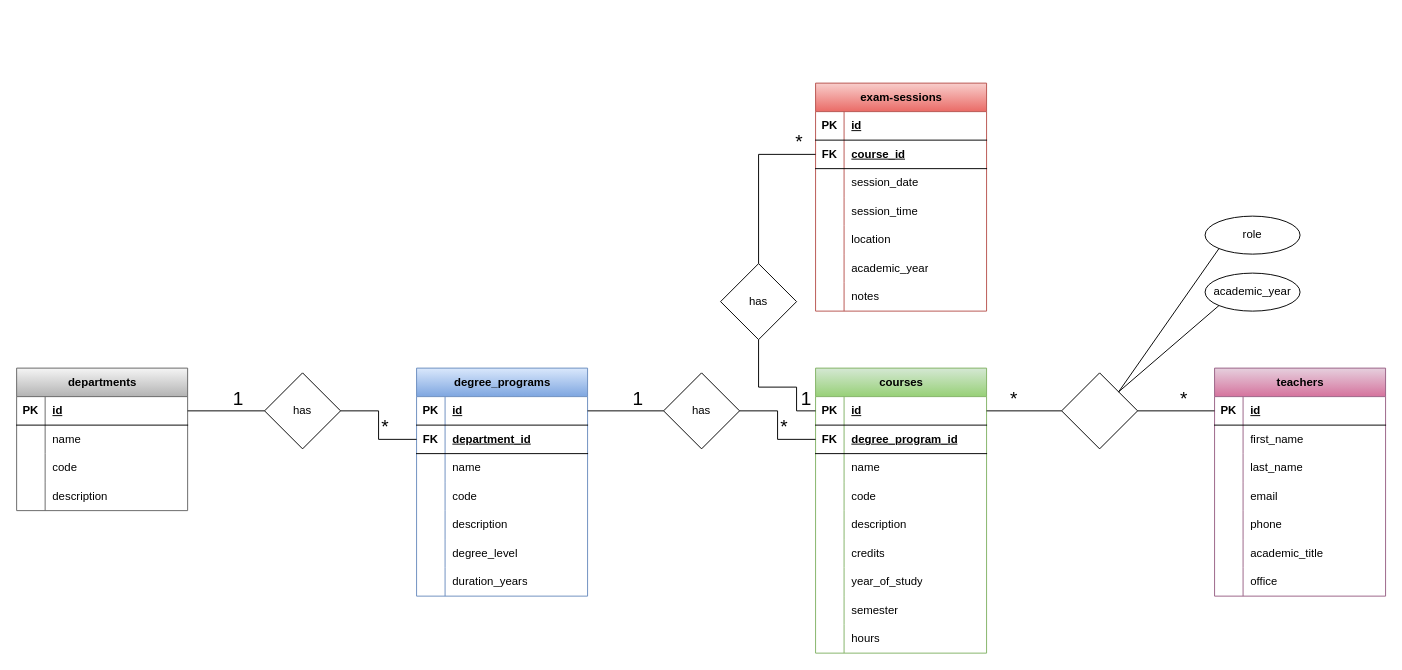
giovannimazzi/db-university keeps this draw.io diagram as db-university.drawio. Above is the earlier version. Source tidied: cells renumbered, new cells numbered last; positions are measured from the earlier drawing's top-left corner, leaving out a move shared by most shapes. Both pictures are drawn from the tidied source at 95%, with x=0, y=0 at pixel (16, 83).
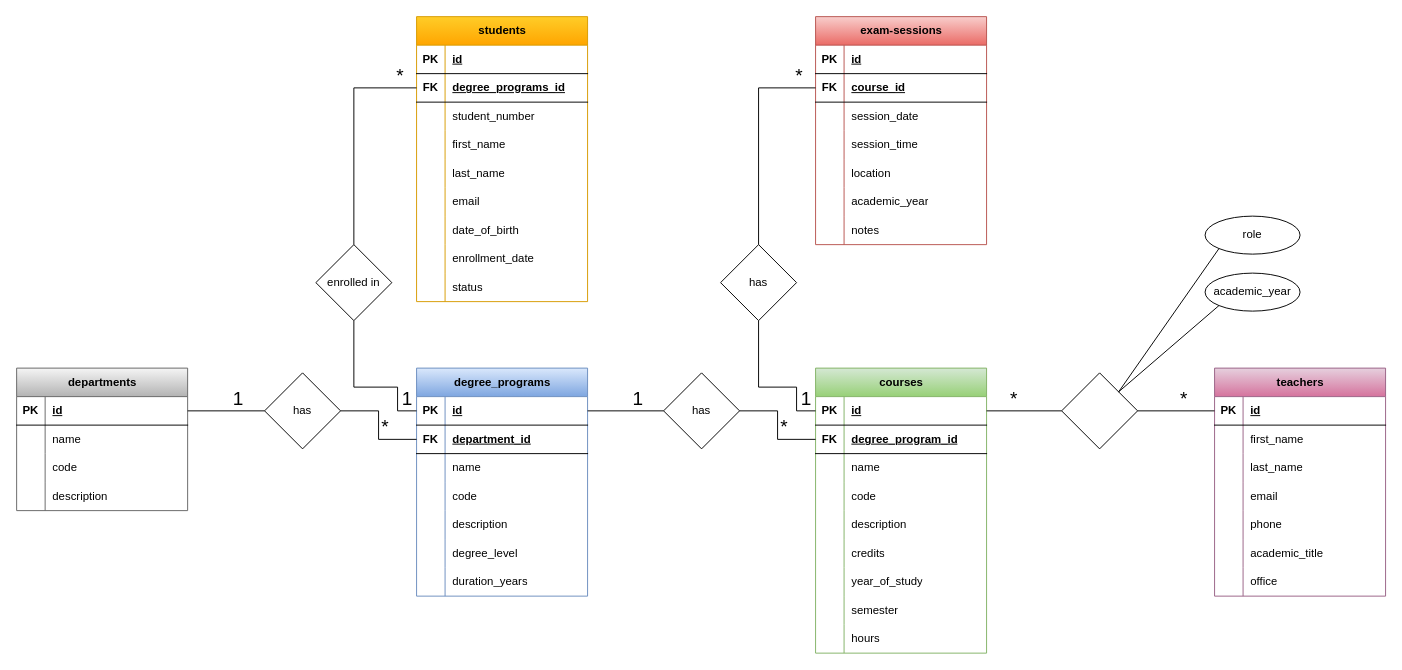
The same diagram, later.

The change refers to these unchanged cells:
```xml
<mxCell id="16" style="shape=tableRow;horizontal=0;startSize=0;swimlaneHead=0;swimlaneBody=0;fillColor=none;points=[[0,0.5],[1,0.5]];portConstraint=eastwest;top=0;left=0;right=0;bottom=1;" parent="15" vertex="1">
  <mxGeometry y="30" width="180" height="30" as="geometry" />
</mxCell>
<mxCell id="44" style="shape=tableRow;horizontal=0;startSize=0;swimlaneHead=0;swimlaneBody=0;fillColor=none;points=[[0,0.5],[1,0.5]];portConstraint=eastwest;top=0;left=0;right=0;bottom=1;" parent="43" vertex="1">
  <mxGeometry y="30" width="180" height="30" as="geometry" />
</mxCell>
<mxCell id="113" style="shape=tableRow;horizontal=0;startSize=0;swimlaneHead=0;swimlaneBody=0;fillColor=none;points=[[0,0.5],[1,0.5]];portConstraint=eastwest;top=0;left=0;right=0;bottom=1;" parent="109" vertex="1">
  <mxGeometry y="60" width="180" height="30" as="geometry" />
</mxCell>
<mxCell id="132" value="has" style="rhombus;whiteSpace=wrap;html=1;" parent="131" vertex="1">
  <mxGeometry width="80" height="80" as="geometry" />
</mxCell>
```

What changed in the source:
```diff
@@
     <mxCell id="109" value="exam-sessions" style="shape=table;startSize=30;childLayout=tableLayout;rowLines=0;fontStyle=1;align=center;html=1;fillColor=#f8cecc;strokeColor=#b85450;gradientColor=#ea6b66;" parent="1" vertex="1">
-      <mxGeometry x="841" width="180" height="240" as="geometry" />
+      <mxGeometry x="841" y="-70" width="180" height="240" as="geometry" />
     </mxCell>
@@
+    <mxCell id="137" value="students" style="shape=table;startSize=30;childLayout=tableLayout;rowLines=0;fontStyle=1;align=center;html=1;fillColor=#ffcd28;strokeColor=#d79b00;gradientColor=#ffa500;" parent="1" vertex="1">
+      <mxGeometry x="421" y="-70" width="180" height="300" as="geometry" />
+    </mxCell>
+    <mxCell id="138" style="shape=tableRow;horizontal=0;startSize=0;swimlaneHead=0;swimlaneBody=0;fillColor=none;top=0;left=0;right=0;bottom=1;" parent="137" vertex="1">
+      <mxGeometry y="30" width="180" height="30" as="geometry" />
+    </mxCell>
+    <mxCell id="139" value="PK" style="shape=partialRectangle;fillColor=none;top=0;left=0;bottom=0;right=0;fontStyle=1;overflow=hidden;whiteSpace=wrap;html=1;" parent="138" vertex="1">
+      <mxGeometry width="30" height="30" as="geometry" />
+    </mxCell>
+    <mxCell id="140" value="id" style="shape=partialRectangle;fillColor=none;top=0;left=0;bottom=0;right=0;align=left;spacingLeft=6;fontStyle=5;overflow=hidden;whiteSpace=wrap;html=1;" parent="138" vertex="1">
+      <mxGeometry x="30" width="150" height="30" as="geometry" />
+    </mxCell>
+    <mxCell id="141" style="shape=tableRow;horizontal=0;startSize=0;swimlaneHead=0;swimlaneBody=0;fillColor=none;points=[[0,0.5],[1,0.5]];portConstraint=eastwest;top=0;left=0;right=0;bottom=1;" parent="137" vertex="1">
+      <mxGeometry y="60" width="180" height="30" as="geometry" />
+    </mxCell>
+    <mxCell id="142" value="FK" style="shape=partialRectangle;fillColor=none;top=0;left=0;bottom=0;right=0;fontStyle=1;overflow=hidden;whiteSpace=wrap;html=1;" parent="141" vertex="1">
+      <mxGeometry width="30" height="30" as="geometry" />
+    </mxCell>
+    <mxCell id="143" value="degree_programs_id" style="shape=partialRectangle;fillColor=none;top=0;left=0;bottom=0;right=0;align=left;spacingLeft=6;fontStyle=5;overflow=hidden;whiteSpace=wrap;html=1;" parent="141" vertex="1">
+      <mxGeometry x="30" width="150" height="30" as="geometry" />
+    </mxCell>
+    <mxCell id="144" style="shape=tableRow;horizontal=0;startSize=0;swimlaneHead=0;swimlaneBody=0;fillColor=none;top=0;left=0;right=0;bottom=0;" parent="137" vertex="1">
+      <mxGeometry y="90" width="180" height="30" as="geometry" />
+    </mxCell>
+    <mxCell id="145" style="shape=partialRectangle;fillColor=none;top=0;left=0;bottom=0;right=0;overflow=hidden;whiteSpace=wrap;html=1;" parent="144" vertex="1">
+      <mxGeometry width="30" height="30" as="geometry" />
+    </mxCell>
+    <mxCell id="146" value="student_number" style="shape=partialRectangle;fillColor=none;top=0;left=0;bottom=0;right=0;align=left;spacingLeft=6;overflow=hidden;whiteSpace=wrap;html=1;" parent="144" vertex="1">
+      <mxGeometry x="30" width="150" height="30" as="geometry" />
+    </mxCell>
+    <mxCell id="147" style="shape=tableRow;horizontal=0;startSize=0;swimlaneHead=0;swimlaneBody=0;fillColor=none;top=0;left=0;right=0;bottom=0;" parent="137" vertex="1">
+      <mxGeometry y="120" width="180" height="30" as="geometry" />
+    </mxCell>
+    <mxCell id="148" style="shape=partialRectangle;fillColor=none;top=0;left=0;bottom=0;right=0;overflow=hidden;whiteSpace=wrap;html=1;" parent="147" vertex="1">
+      <mxGeometry width="30" height="30" as="geometry" />
+    </mxCell>
+    <mxCell id="149" value="first_name" style="shape=partialRectangle;fillColor=none;top=0;left=0;bottom=0;right=0;align=left;spacingLeft=6;overflow=hidden;whiteSpace=wrap;html=1;" parent="147" vertex="1">
+      <mxGeometry x="30" width="150" height="30" as="geometry" />
+    </mxCell>
+    <mxCell id="150" style="shape=tableRow;horizontal=0;startSize=0;swimlaneHead=0;swimlaneBody=0;fillColor=none;top=0;left=0;right=0;bottom=0;" parent="137" vertex="1">
+      <mxGeometry y="150" width="180" height="30" as="geometry" />
+    </mxCell>
+    <mxCell id="151" style="shape=partialRectangle;fillColor=none;top=0;left=0;bottom=0;right=0;overflow=hidden;whiteSpace=wrap;html=1;" parent="150" vertex="1">
+      <mxGeometry width="30" height="30" as="geometry" />
+    </mxCell>
+    <mxCell id="152" value="last_name" style="shape=partialRectangle;fillColor=none;top=0;left=0;bottom=0;right=0;align=left;spacingLeft=6;overflow=hidden;whiteSpace=wrap;html=1;" parent="150" vertex="1">
+      <mxGeometry x="30" width="150" height="30" as="geometry" />
+    </mxCell>
+    <mxCell id="153" style="shape=tableRow;horizontal=0;startSize=0;swimlaneHead=0;swimlaneBody=0;fillColor=none;top=0;left=0;right=0;bottom=0;" parent="137" vertex="1">
+      <mxGeometry y="180" width="180" height="30" as="geometry" />
+    </mxCell>
+    <mxCell id="154" style="shape=partialRectangle;fillColor=none;top=0;left=0;bottom=0;right=0;overflow=hidden;whiteSpace=wrap;html=1;" parent="153" vertex="1">
+      <mxGeometry width="30" height="30" as="geometry" />
+    </mxCell>
+    <mxCell id="155" value="email" style="shape=partialRectangle;fillColor=none;top=0;left=0;bottom=0;right=0;align=left;spacingLeft=6;overflow=hidden;whiteSpace=wrap;html=1;" parent="153" vertex="1">
+      <mxGeometry x="30" width="150" height="30" as="geometry" />
+    </mxCell>
+    <mxCell id="156" style="shape=tableRow;horizontal=0;startSize=0;swimlaneHead=0;swimlaneBody=0;fillColor=none;top=0;left=0;right=0;bottom=0;" parent="137" vertex="1">
+      <mxGeometry y="210" width="180" height="30" as="geometry" />
+    </mxCell>
+    <mxCell id="157" style="shape=partialRectangle;fillColor=none;top=0;left=0;bottom=0;right=0;overflow=hidden;whiteSpace=wrap;html=1;" parent="156" vertex="1">
+      <mxGeometry width="30" height="30" as="geometry" />
+    </mxCell>
+    <mxCell id="158" value="date_of_birth" style="shape=partialRectangle;fillColor=none;top=0;left=0;bottom=0;right=0;align=left;spacingLeft=6;overflow=hidden;whiteSpace=wrap;html=1;" parent="156" vertex="1">
+      <mxGeometry x="30" width="150" height="30" as="geometry" />
+    </mxCell>
+    <mxCell id="159" style="shape=tableRow;horizontal=0;startSize=0;swimlaneHead=0;swimlaneBody=0;fillColor=none;top=0;left=0;right=0;bottom=0;" parent="137" vertex="1">
+      <mxGeometry y="240" width="180" height="30" as="geometry" />
+    </mxCell>
+    <mxCell id="160" style="shape=partialRectangle;fillColor=none;top=0;left=0;bottom=0;right=0;overflow=hidden;whiteSpace=wrap;html=1;" parent="159" vertex="1">
+      <mxGeometry width="30" height="30" as="geometry" />
+    </mxCell>
+    <mxCell id="161" value="enrollment_date" style="shape=partialRectangle;fillColor=none;top=0;left=0;bottom=0;right=0;align=left;spacingLeft=6;overflow=hidden;whiteSpace=wrap;html=1;" parent="159" vertex="1">
+      <mxGeometry x="30" width="150" height="30" as="geometry" />
+    </mxCell>
+    <mxCell id="162" style="shape=tableRow;horizontal=0;startSize=0;swimlaneHead=0;swimlaneBody=0;fillColor=none;top=0;left=0;right=0;bottom=0;" parent="137" vertex="1">
+      <mxGeometry y="270" width="180" height="30" as="geometry" />
+    </mxCell>
+    <mxCell id="163" style="shape=partialRectangle;fillColor=none;top=0;left=0;bottom=0;right=0;overflow=hidden;whiteSpace=wrap;html=1;" parent="162" vertex="1">
+      <mxGeometry width="30" height="30" as="geometry" />
+    </mxCell>
+    <mxCell id="164" value="status" style="shape=partialRectangle;fillColor=none;top=0;left=0;bottom=0;right=0;align=left;spacingLeft=6;overflow=hidden;whiteSpace=wrap;html=1;" parent="162" vertex="1">
+      <mxGeometry x="30" width="150" height="30" as="geometry" />
+    </mxCell>
+    <mxCell id="165" style="group;" parent="1" vertex="1">
+      <mxGeometry x="741" y="170" width="80" height="175" as="geometry" />
+    </mxCell>
-    <mxCell id="131" style="group;" parent="1" vertex="1">
-      <mxGeometry x="741" y="190" width="80" height="80" as="geometry" />
+    <mxCell id="131" style="group;" parent="165" vertex="1">
+      <mxGeometry width="80" height="80" as="geometry" />
     </mxCell>
@@
-    <mxCell id="133" style="endArrow=none;html=1;rounded=0;entryX=0;entryY=0.5;entryDx=0;entryDy=0;edgeStyle=orthogonalEdgeStyle;exitX=0.5;exitY=0;exitDx=0;exitDy=0;" parent="1" edge="1" source="132" target="113">
+    <mxCell id="133" style="endArrow=none;html=1;rounded=0;entryX=0;entryY=0.5;entryDx=0;entryDy=0;edgeStyle=orthogonalEdgeStyle;exitX=0.5;exitY=0;exitDx=0;exitDy=0;" parent="165" edge="1" source="132" target="113">
       <mxGeometry relative="1" as="geometry" />
     </mxCell>
@@
-    <mxCell id="135" style="endArrow=none;html=1;rounded=0;exitX=0.5;exitY=1;exitDx=0;exitDy=0;entryX=0;entryY=0.5;entryDx=0;entryDy=0;edgeStyle=orthogonalEdgeStyle;" parent="1" edge="1" source="132" target="44">
+    <mxCell id="135" style="endArrow=none;html=1;rounded=0;exitX=0.5;exitY=1;exitDx=0;exitDy=0;entryX=0;entryY=0.5;entryDx=0;entryDy=0;edgeStyle=orthogonalEdgeStyle;" parent="165" edge="1" source="132" target="44">
       <mxGeometry relative="1" as="geometry">
         <Array as="points">
-          <mxPoint x="781" y="320" />
-          <mxPoint x="821" y="320" />
-          <mxPoint x="821" y="345" />
+          <mxPoint x="40" y="150" />
+          <mxPoint x="80" y="150" />
+          <mxPoint x="80" y="175" />
         </Array>
       </mxGeometry>
     </mxCell>
@@
+    <mxCell id="166" style="group;" parent="1" vertex="1">
+      <mxGeometry x="315" y="170" width="80" height="175" as="geometry" />
+    </mxCell>
+    <mxCell id="167" style="group;" parent="166" vertex="1">
+      <mxGeometry width="80" height="80" as="geometry" />
+    </mxCell>
+    <mxCell id="168" value="enrolled in" style="rhombus;whiteSpace=wrap;html=1;" parent="167" vertex="1">
+      <mxGeometry width="80" height="80" as="geometry" />
+    </mxCell>
+    <mxCell id="169" style="endArrow=none;html=1;rounded=0;entryX=0;entryY=0.5;entryDx=0;entryDy=0;edgeStyle=orthogonalEdgeStyle;exitX=0.5;exitY=0;exitDx=0;exitDy=0;" parent="1" edge="1" source="168" target="141">
+      <mxGeometry relative="1" as="geometry" />
+    </mxCell>
+    <mxCell id="170" value="*" style="html=1;whiteSpace=wrap;align=right;verticalAlign=bottom;fontSize=20;" parent="169" vertex="1">
+      <mxGeometry x="1" relative="1" as="geometry">
+        <mxPoint x="-12" as="offset" />
+      </mxGeometry>
+    </mxCell>
+    <mxCell id="171" style="endArrow=none;html=1;rounded=0;exitX=0.5;exitY=1;exitDx=0;exitDy=0;entryX=0;entryY=0.5;entryDx=0;entryDy=0;edgeStyle=orthogonalEdgeStyle;" parent="1" edge="1" source="168" target="16">
+      <mxGeometry relative="1" as="geometry">
+        <Array as="points">
+          <mxPoint x="355" y="320" />
+          <mxPoint x="401" y="320" />
+          <mxPoint x="401" y="345" />
+        </Array>
+      </mxGeometry>
+    </mxCell>
+    <mxCell id="172" value="1" style="html=1;whiteSpace=wrap;align=right;verticalAlign=bottom;fontSize=20;" parent="171" vertex="1">
+      <mxGeometry x="1" relative="1" as="geometry">
+        <mxPoint x="-3" as="offset" />
+      </mxGeometry>
+    </mxCell>
```
